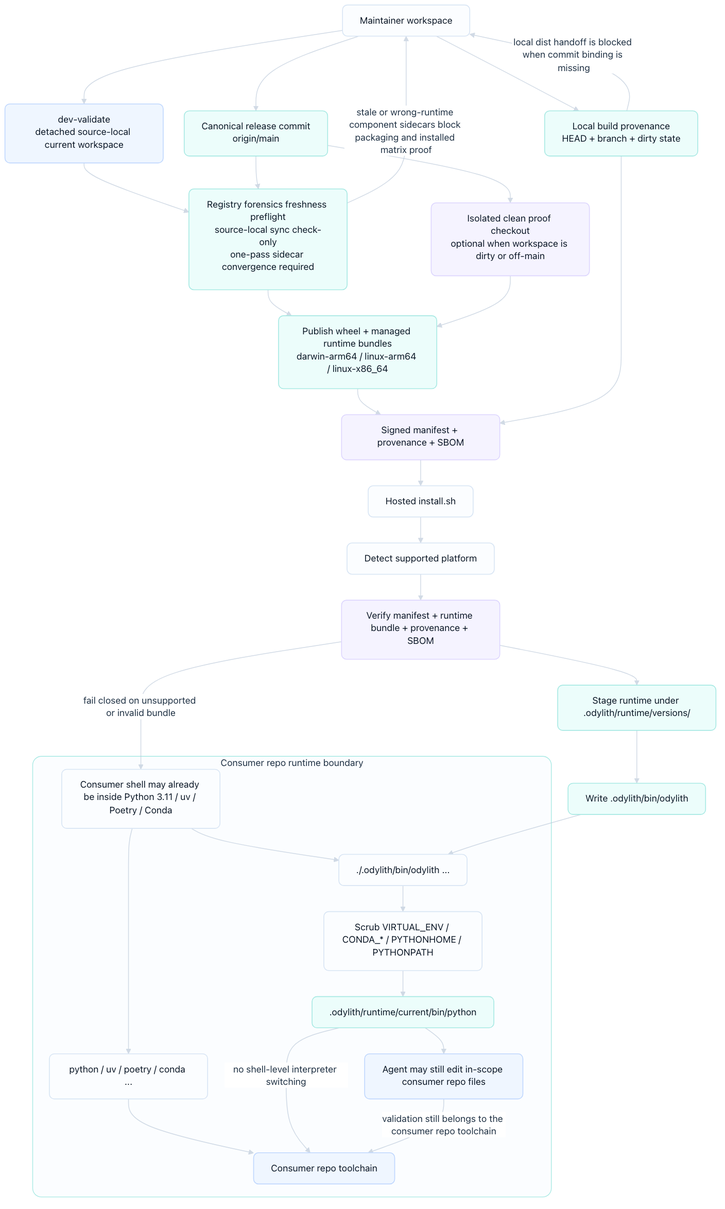
This is odylith/atlas/source/odylith-managed-runtime-release-and-install-flow.png from odylith/odylith, a Mermaid export, as it was before one commit. Its source is kept beside it as odylith/atlas/source/odylith-managed-runtime-release-and-install-flow.mmd.
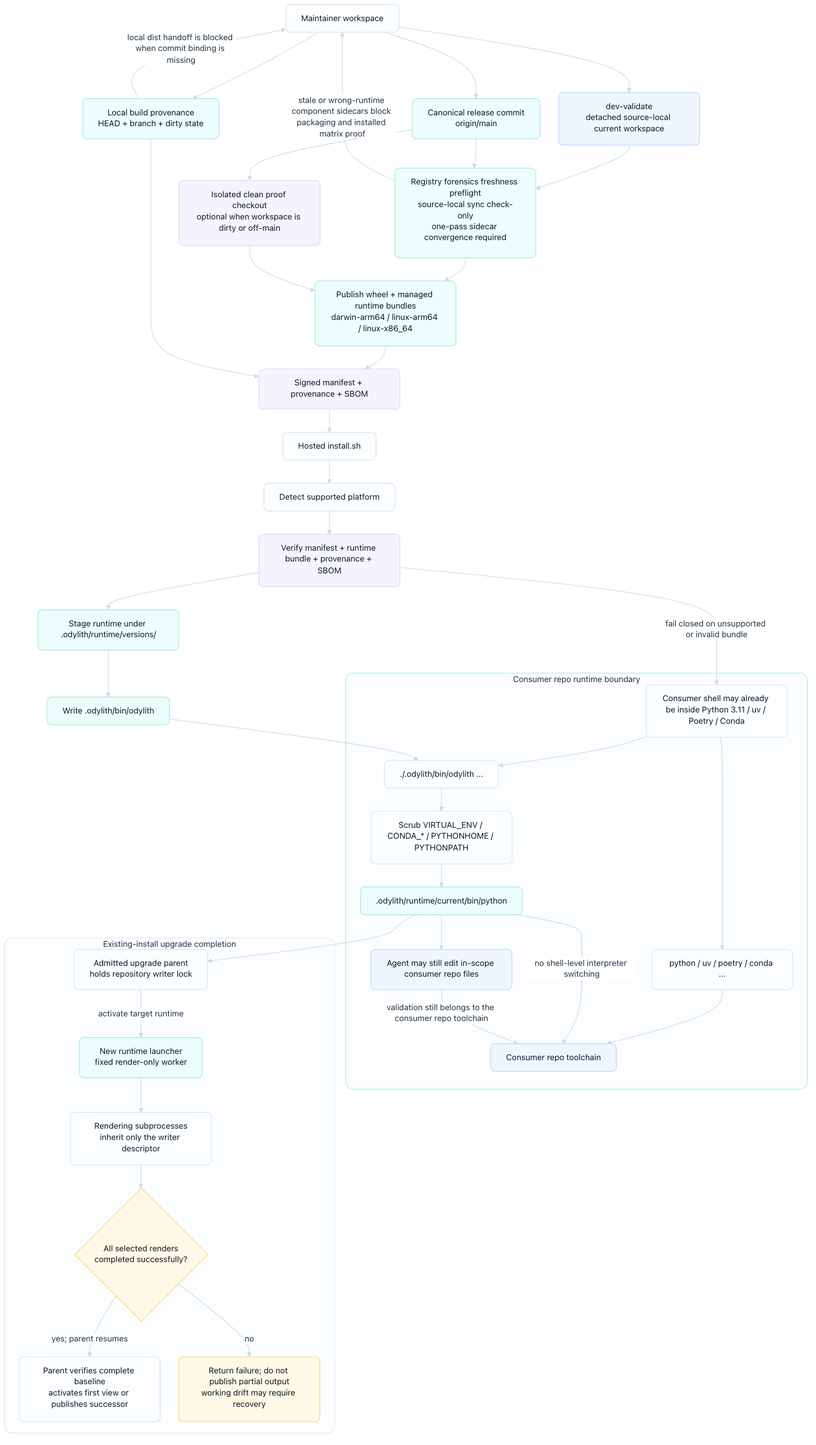
After the commit.

Change to the diagram source:
```diff
@@ -23,6 +23,15 @@
         consumer_rt["Consumer repo toolchain"]
     end
 
+    subgraph upgrade_completion["Existing-install upgrade completion"]
+        upgrade_parent["Admitted upgrade parent<br/>holds repository writer lock"]
+        target_render["New runtime launcher<br/>fixed render-only worker"]
+        render_leaves["Rendering subprocesses<br/>inherit only the writer descriptor"]
+        complete_render{"All selected renders<br/>completed successfully?"}
+        publish_ready["Parent verifies complete baseline<br/>activates first view or publishes successor"]
+        render_failure["Return failure; do not publish partial output<br/>working drift may require recovery"]
+    end
+
     maintainer --> canonical
     maintainer --> devvalidate
     devvalidate --> forensicpreflight
@@ -38,6 +47,12 @@
     detect --> verify
     verify --> stage
     stage --> launcher
+    managed --> upgrade_parent
+    upgrade_parent -->|activate target runtime| target_render
+    target_render --> render_leaves
+    render_leaves --> complete_render
+    complete_render -->|yes; parent resumes| publish_ready
+    complete_render -->|no| render_failure
 
     shell --> odylith_cmd
     shell --> consumer_cmd
```
